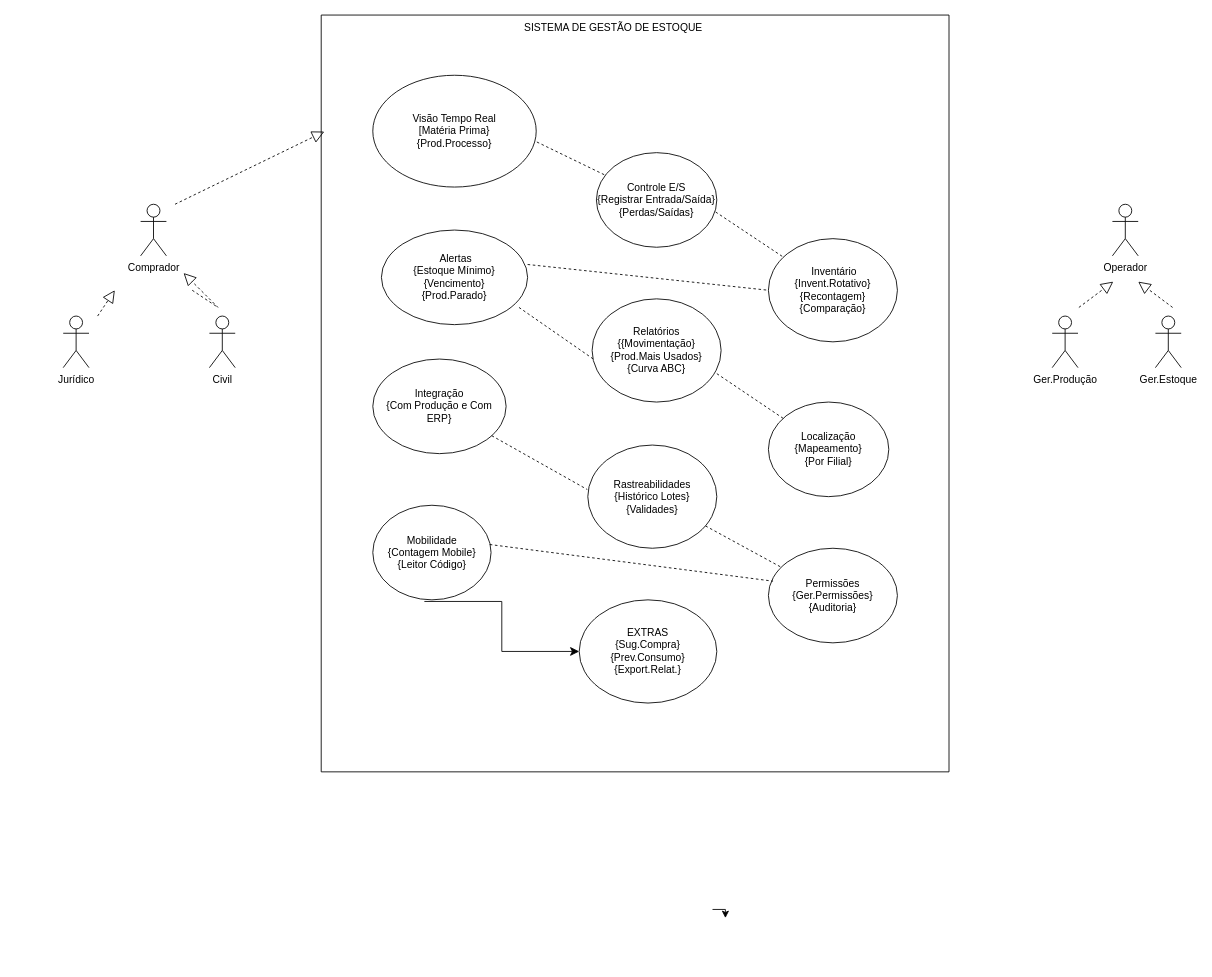
Before: Caso-de-uso.drawio in gman2004-spec/Draw.io, a draw.io diagram. Source tidied: cells renumbered, new cells numbered last; positions are measured from the earlier drawing's top-left corner, leaving out a move shared by most shapes. Both pictures are drawn from the tidied source at 86%, with x=0, y=0 at pixel (63, 15).
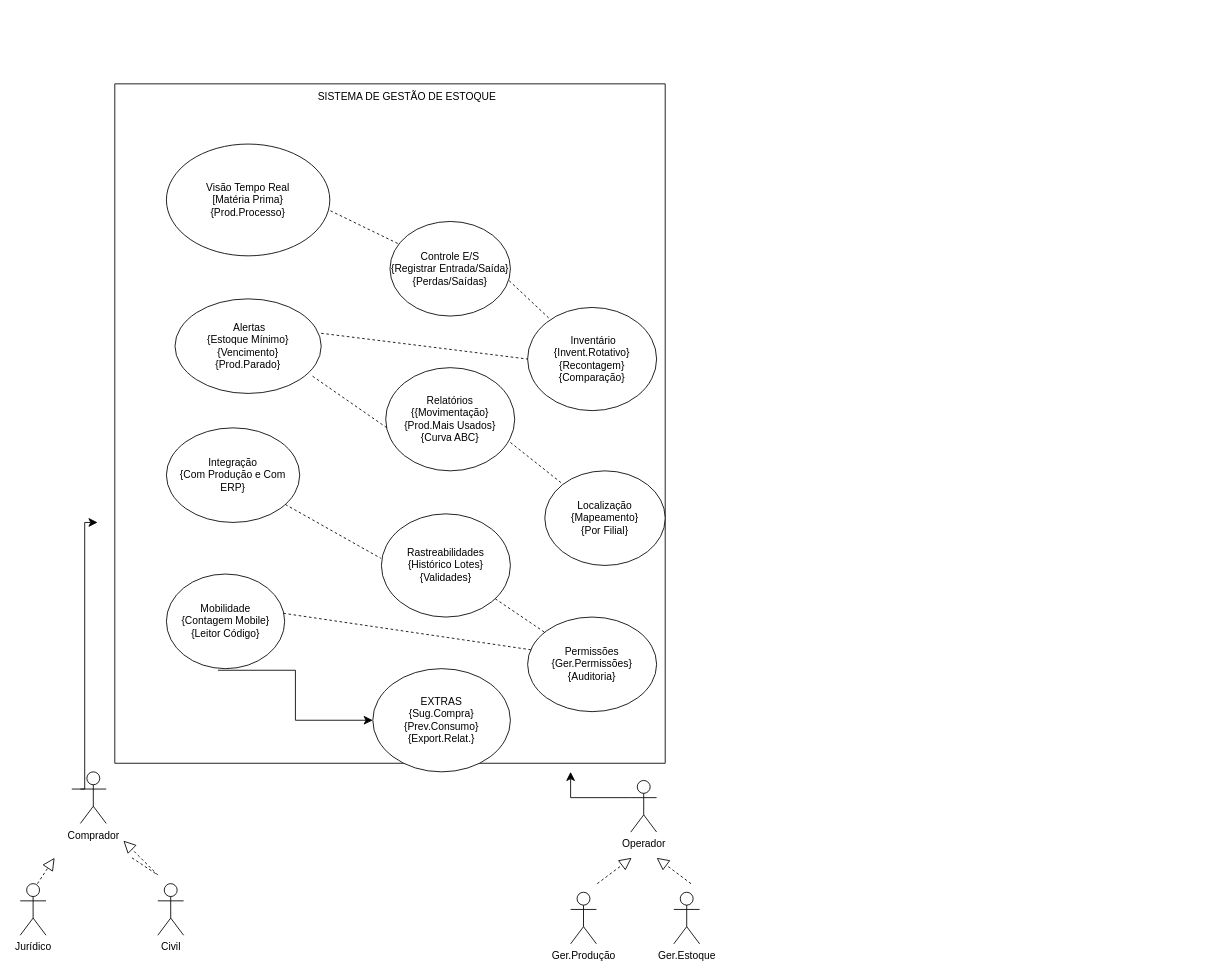
Above is the later version.

Change to the diagram source:
```diff
@@
     <mxCell id="2" style="swimlane;startSize=0;" parent="1" vertex="1">
-      <mxGeometry x="300" width="730" height="880" as="geometry" />
+      <mxGeometry x="60" y="80" width="640" height="790" as="geometry" />
     </mxCell>
@@
     <mxCell id="12" value="&amp;nbsp;Inventário&lt;div&gt;{Invent.Rotativo}&lt;/div&gt;&lt;div&gt;{Recontagem}&lt;/div&gt;&lt;div&gt;{Comparação}&lt;/div&gt;" style="ellipse;whiteSpace=wrap;html=1;" parent="2" vertex="1">
-      <mxGeometry x="520" y="260" width="150" height="120" as="geometry" />
+      <mxGeometry x="480" y="260" width="150" height="120" as="geometry" />
     </mxCell>
     <mxCell id="13" value="Localização&lt;div&gt;{Mapeamento}&lt;/div&gt;&lt;div&gt;{Por Filial}&lt;/div&gt;" style="ellipse;whiteSpace=wrap;html=1;" parent="2" vertex="1">
-      <mxGeometry x="520" y="450" width="140" height="110" as="geometry" />
+      <mxGeometry x="500" y="450" width="140" height="110" as="geometry" />
     </mxCell>
     <mxCell id="14" value="Permissões&lt;div&gt;{Ger.Permissões}&lt;/div&gt;&lt;div&gt;{Auditoria}&lt;/div&gt;" style="ellipse;whiteSpace=wrap;html=1;" parent="2" vertex="1">
-      <mxGeometry x="520" y="620" width="150" height="110" as="geometry" />
+      <mxGeometry x="480" y="620" width="150" height="110" as="geometry" />
     </mxCell>
@@
-    <mxCell id="24" style="edgeStyle=orthogonalEdgeStyle;rounded=0;orthogonalLoop=1;jettySize=auto;html=1;exitX=0;exitY=0.3333333333333333;exitDx=0;exitDy=0;exitPerimeter=0;entryX=0.5;entryY=0.5;entryDx=0;entryDy=0;entryPerimeter=0;" parent="1" edge="1">
-      <mxGeometry relative="1" as="geometry">
-        <mxPoint x="755" y="1040" as="sourcePoint" />
-        <mxPoint x="770" y="1050" as="targetPoint" />
-      </mxGeometry>
-    </mxCell>
     <mxCell id="25" value="Comprador" style="shape=umlActor;verticalLabelPosition=bottom;verticalAlign=top;html=1;" parent="1" vertex="1">
-      <mxGeometry x="90" y="220" width="30" height="60" as="geometry" />
+      <mxGeometry x="20" y="880" width="30" height="60" as="geometry" />
     </mxCell>
     <mxCell id="26" value="Jurídico" style="shape=umlActor;verticalLabelPosition=bottom;verticalAlign=top;html=1;" parent="1" vertex="1">
-      <mxGeometry y="350" width="30" height="60" as="geometry" />
+      <mxGeometry x="-50" y="1010" width="30" height="60" as="geometry" />
     </mxCell>
     <mxCell id="27" value="Civil" style="shape=umlActor;verticalLabelPosition=bottom;verticalAlign=top;html=1;" parent="1" vertex="1">
-      <mxGeometry x="170" y="350" width="30" height="60" as="geometry" />
+      <mxGeometry x="110" y="1010" width="30" height="60" as="geometry" />
     </mxCell>
     <mxCell id="28" value="Operador" style="shape=umlActor;verticalLabelPosition=bottom;verticalAlign=top;html=1;" parent="1" vertex="1">
-      <mxGeometry x="1220" y="220" width="30" height="60" as="geometry" />
+      <mxGeometry x="660" y="890" width="30" height="60" as="geometry" />
     </mxCell>
     <mxCell id="29" value="Ger.Produção" style="shape=umlActor;verticalLabelPosition=bottom;verticalAlign=top;html=1;" parent="1" vertex="1">
-      <mxGeometry x="1150" y="350" width="30" height="60" as="geometry" />
+      <mxGeometry x="590" y="1020" width="30" height="60" as="geometry" />
     </mxCell>
     <mxCell id="30" value="Ger.Estoque" style="shape=umlActor;verticalLabelPosition=bottom;verticalAlign=top;html=1;" parent="1" vertex="1">
-      <mxGeometry x="1270" y="350" width="30" height="60" as="geometry" />
+      <mxGeometry x="710" y="1020" width="30" height="60" as="geometry" />
     </mxCell>
     <mxCell id="31" style="endArrow=block;dashed=1;endFill=0;endSize=12;html=1;rounded=0;" parent="1" edge="1">
       <mxGeometry relative="1" as="geometry">
-        <mxPoint x="40" y="350" as="sourcePoint" />
-        <mxPoint x="60" y="320" as="targetPoint" />
+        <mxPoint x="-30" y="1010" as="sourcePoint" />
+        <mxPoint x="-10" y="980" as="targetPoint" />
       </mxGeometry>
     </mxCell>
     <mxCell id="32" style="endArrow=block;dashed=1;endFill=0;endSize=12;html=1;rounded=0;" parent="1" edge="1">
       <mxGeometry relative="1" as="geometry">
-        <mxPoint x="150" y="320" as="sourcePoint" />
-        <mxPoint x="140" y="300" as="targetPoint" />
+        <mxPoint x="80" y="980" as="sourcePoint" />
+        <mxPoint x="70" y="960" as="targetPoint" />
         <Array as="points">
-          <mxPoint x="180" y="340" />
-          <mxPoint x="160" y="320" />
+          <mxPoint x="110" y="1000" />
+          <mxPoint x="90" y="980" />
         </Array>
       </mxGeometry>
     </mxCell>
     <mxCell id="33" style="endArrow=block;dashed=1;endFill=0;endSize=12;html=1;rounded=0;" parent="1" edge="1">
       <mxGeometry relative="1" as="geometry">
-        <mxPoint x="1181" y="340" as="sourcePoint" />
-        <mxPoint x="1221" y="310" as="targetPoint" />
+        <mxPoint x="621" y="1010" as="sourcePoint" />
+        <mxPoint x="661" y="980" as="targetPoint" />
       </mxGeometry>
     </mxCell>
     <mxCell id="34" style="endArrow=block;dashed=1;endFill=0;endSize=12;html=1;rounded=0;" parent="1" edge="1">
       <mxGeometry relative="1" as="geometry">
-        <mxPoint x="1290" y="340" as="sourcePoint" />
-        <mxPoint x="1250" y="310" as="targetPoint" />
+        <mxPoint x="730" y="1010" as="sourcePoint" />
+        <mxPoint x="690" y="980" as="targetPoint" />
       </mxGeometry>
     </mxCell>
-    <mxCell id="35" style="endArrow=block;dashed=1;endFill=0;endSize=12;html=1;rounded=0;entryX=0.005;entryY=0.154;entryDx=0;entryDy=0;entryPerimeter=0;" parent="1" edge="1" target="2">
-      <mxGeometry relative="1" as="geometry">
-        <mxPoint x="130" y="220" as="sourcePoint" />
-      </mxGeometry>
-    </mxCell>
+    <mxCell id="36" style="edgeStyle=elbowEdgeStyle;elbow=horizontal;endArrow=classic;html=1;curved=0;rounded=0;endSize=8;startSize=8;" parent="1" edge="1">
+      <mxGeometry relative="1" as="geometry">
+        <mxPoint x="10" y="900" as="sourcePoint" />
+        <mxPoint x="40" y="590" as="targetPoint" />
+      </mxGeometry>
+    </mxCell>
+    <mxCell id="37" style="edgeStyle=segmentEdgeStyle;endArrow=classic;html=1;curved=0;rounded=0;endSize=8;startSize=8;exitX=0;exitY=0.3333333333333333;exitDx=0;exitDy=0;exitPerimeter=0;" parent="1" edge="1" source="28">
+      <mxGeometry relative="1" as="geometry">
+        <mxPoint x="590" y="880" as="targetPoint" />
+      </mxGeometry>
+    </mxCell>
```
